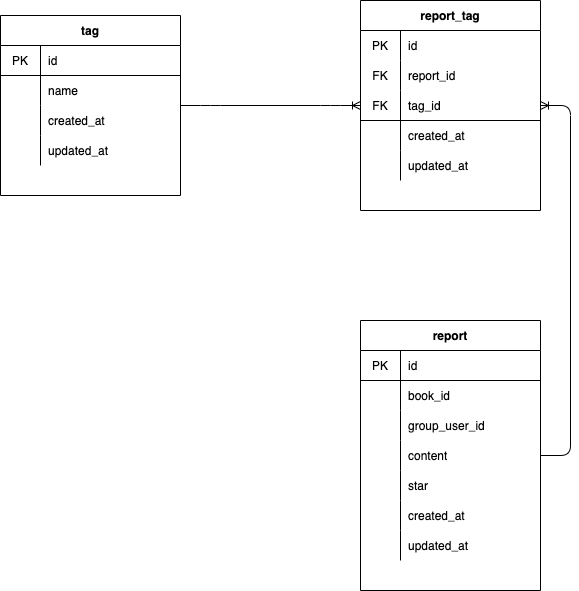
This is document/db/report.drawio.png from Reimei1213/ShareReport, a draw.io export, as it was before one commit. Source tidied: cells renumbered, new cells last; positions are measured from the earlier drawing's top-left corner, leaving out a move shared by most shapes.
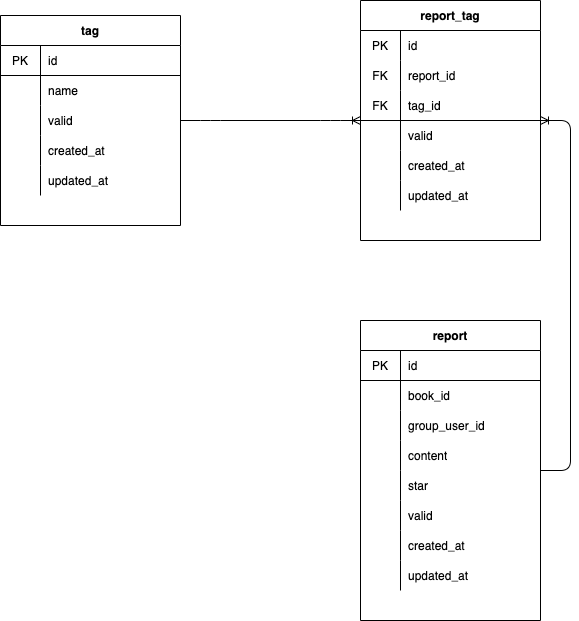
The same diagram one commit later.

What changed in the source:
```diff
@@ -3,7 +3,7 @@
     <mxCell id="0" />
     <mxCell id="1" parent="0" />
     <mxCell id="2" value="report" style="shape=table;startSize=30;rowLines=0;fontStyle=1;align=center;" parent="1" vertex="1">
-      <mxGeometry x="360" y="320" width="180" height="270" as="geometry" />
+      <mxGeometry x="360" y="320" width="180" height="300" as="geometry" />
     </mxCell>
     <mxCell id="3" style="shape=partialRectangle;html=1;whiteSpace=wrap;fillColor=none;top=0;left=0;bottom=1;right=0;strokeColor=default;" parent="2" vertex="1">
       <mxGeometry y="30" width="180" height="30" as="geometry" />
@@ -50,8 +50,17 @@
     <mxCell id="17" value="star" style="shape=partialRectangle;html=1;whiteSpace=wrap;fillColor=none;top=0;left=0;bottom=0;right=0;align=left;spacingLeft=6;overflow=hidden;" parent="15" vertex="1">
       <mxGeometry x="40" width="140" height="30" as="geometry" />
     </mxCell>
+    <mxCell id="55" style="shape=partialRectangle;html=1;whiteSpace=wrap;fillColor=none;top=0;left=0;bottom=0;right=0;" parent="2" vertex="1">
+      <mxGeometry y="180" width="180" height="30" as="geometry" />
+    </mxCell>
+    <mxCell id="56" style="shape=partialRectangle;html=1;whiteSpace=wrap;fillColor=none;top=0;left=0;bottom=0;right=0;overflow=hidden;" parent="55" vertex="1">
+      <mxGeometry width="40" height="30" as="geometry" />
+    </mxCell>
+    <mxCell id="57" value="valid" style="shape=partialRectangle;html=1;whiteSpace=wrap;fillColor=none;top=0;left=0;bottom=0;right=0;align=left;spacingLeft=6;overflow=hidden;" parent="55" vertex="1">
+      <mxGeometry x="40" width="140" height="30" as="geometry" />
+    </mxCell>
     <mxCell id="18" style="shape=partialRectangle;html=1;whiteSpace=wrap;fillColor=none;top=0;left=0;bottom=0;right=0;" parent="2" vertex="1">
-      <mxGeometry y="180" width="180" height="30" as="geometry" />
+      <mxGeometry y="210" width="180" height="30" as="geometry" />
     </mxCell>
     <mxCell id="19" style="shape=partialRectangle;html=1;whiteSpace=wrap;fillColor=none;top=0;left=0;bottom=0;right=0;overflow=hidden;" parent="18" vertex="1">
       <mxGeometry width="40" height="30" as="geometry" />
@@ -60,7 +69,7 @@
       <mxGeometry x="40" width="140" height="30" as="geometry" />
     </mxCell>
     <mxCell id="21" style="shape=partialRectangle;html=1;whiteSpace=wrap;fillColor=none;top=0;left=0;bottom=0;right=0;" parent="2" vertex="1">
-      <mxGeometry y="210" width="180" height="30" as="geometry" />
+      <mxGeometry y="240" width="180" height="30" as="geometry" />
     </mxCell>
     <mxCell id="22" style="shape=partialRectangle;html=1;whiteSpace=wrap;fillColor=none;top=0;left=0;bottom=0;right=0;overflow=hidden;" parent="21" vertex="1">
       <mxGeometry width="40" height="30" as="geometry" />
@@ -69,7 +78,7 @@
       <mxGeometry x="40" width="140" height="30" as="geometry" />
     </mxCell>
     <mxCell id="24" value="tag" style="shape=table;startSize=30;rowLines=0;fontStyle=1;align=center;" parent="1" vertex="1">
-      <mxGeometry y="15" width="180" height="180" as="geometry" />
+      <mxGeometry y="15" width="180" height="210" as="geometry" />
     </mxCell>
     <mxCell id="25" style="shape=partialRectangle;html=1;whiteSpace=wrap;fillColor=none;top=0;left=0;bottom=1;right=0;" parent="24" vertex="1">
       <mxGeometry y="30" width="180" height="30" as="geometry" />
@@ -89,8 +98,17 @@
     <mxCell id="30" value="name" style="shape=partialRectangle;html=1;whiteSpace=wrap;fillColor=none;top=0;left=0;bottom=0;right=0;align=left;spacingLeft=6;overflow=hidden;" parent="28" vertex="1">
       <mxGeometry x="40" width="140" height="30" as="geometry" />
     </mxCell>
+    <mxCell id="58" style="shape=partialRectangle;html=1;whiteSpace=wrap;fillColor=none;top=0;left=0;bottom=0;right=0;" parent="24" vertex="1">
+      <mxGeometry y="90" width="180" height="30" as="geometry" />
+    </mxCell>
+    <mxCell id="59" style="shape=partialRectangle;html=1;whiteSpace=wrap;fillColor=none;top=0;left=0;bottom=0;right=0;overflow=hidden;" parent="58" vertex="1">
+      <mxGeometry width="40" height="30" as="geometry" />
+    </mxCell>
+    <mxCell id="60" value="valid" style="shape=partialRectangle;html=1;whiteSpace=wrap;fillColor=none;top=0;left=0;bottom=0;right=0;align=left;spacingLeft=6;overflow=hidden;" parent="58" vertex="1">
+      <mxGeometry x="40" width="140" height="30" as="geometry" />
+    </mxCell>
     <mxCell id="31" style="shape=partialRectangle;html=1;whiteSpace=wrap;fillColor=none;top=0;left=0;bottom=0;right=0;" parent="24" vertex="1">
-      <mxGeometry y="90" width="180" height="30" as="geometry" />
+      <mxGeometry y="120" width="180" height="30" as="geometry" />
     </mxCell>
     <mxCell id="32" style="shape=partialRectangle;html=1;whiteSpace=wrap;fillColor=none;top=0;left=0;bottom=0;right=0;overflow=hidden;" parent="31" vertex="1">
       <mxGeometry width="40" height="30" as="geometry" />
@@ -99,7 +117,7 @@
       <mxGeometry x="40" width="140" height="30" as="geometry" />
     </mxCell>
     <mxCell id="34" style="shape=partialRectangle;html=1;whiteSpace=wrap;fillColor=none;top=0;left=0;bottom=0;right=0;" parent="24" vertex="1">
-      <mxGeometry y="120" width="180" height="30" as="geometry" />
+      <mxGeometry y="150" width="180" height="30" as="geometry" />
     </mxCell>
     <mxCell id="35" style="shape=partialRectangle;html=1;whiteSpace=wrap;fillColor=none;top=0;left=0;bottom=0;right=0;overflow=hidden;" parent="34" vertex="1">
       <mxGeometry width="40" height="30" as="geometry" />
@@ -108,7 +126,7 @@
       <mxGeometry x="40" width="140" height="30" as="geometry" />
     </mxCell>
     <mxCell id="37" value="report_tag" style="shape=table;startSize=30;rowLines=0;fontStyle=1;align=center;" parent="1" vertex="1">
-      <mxGeometry x="360" width="180" height="210" as="geometry" />
+      <mxGeometry x="360" width="180" height="240" as="geometry" />
     </mxCell>
     <mxCell id="38" style="shape=partialRectangle;html=1;whiteSpace=wrap;fillColor=none;top=0;left=0;bottom=1;right=0;strokeColor=none;" parent="37" vertex="1">
       <mxGeometry y="30" width="180" height="30" as="geometry" />
@@ -137,8 +155,17 @@
     <mxCell id="46" value="tag_id" style="shape=partialRectangle;html=1;whiteSpace=wrap;fillColor=none;top=0;left=0;bottom=0;right=0;align=left;spacingLeft=6;overflow=hidden;strokeColor=none;" parent="44" vertex="1">
       <mxGeometry x="40" width="140" height="30" as="geometry" />
     </mxCell>
+    <mxCell id="61" style="shape=partialRectangle;html=1;whiteSpace=wrap;fillColor=none;top=0;left=0;bottom=0;right=0;" parent="37" vertex="1">
+      <mxGeometry y="120" width="180" height="30" as="geometry" />
+    </mxCell>
+    <mxCell id="62" style="shape=partialRectangle;html=1;whiteSpace=wrap;fillColor=none;top=0;left=0;bottom=0;right=0;overflow=hidden;" parent="61" vertex="1">
+      <mxGeometry width="40" height="30" as="geometry" />
+    </mxCell>
+    <mxCell id="63" value="valid" style="shape=partialRectangle;html=1;whiteSpace=wrap;fillColor=none;top=0;left=0;bottom=0;right=0;align=left;spacingLeft=6;overflow=hidden;" parent="61" vertex="1">
+      <mxGeometry x="40" width="140" height="30" as="geometry" />
+    </mxCell>
     <mxCell id="47" style="shape=partialRectangle;html=1;whiteSpace=wrap;fillColor=none;top=0;left=0;bottom=0;right=0;" parent="37" vertex="1">
-      <mxGeometry y="120" width="180" height="30" as="geometry" />
+      <mxGeometry y="150" width="180" height="30" as="geometry" />
     </mxCell>
     <mxCell id="48" style="shape=partialRectangle;html=1;whiteSpace=wrap;fillColor=none;top=0;left=0;bottom=0;right=0;overflow=hidden;" parent="47" vertex="1">
       <mxGeometry width="40" height="30" as="geometry" />
@@ -147,7 +174,7 @@
       <mxGeometry x="40" width="140" height="30" as="geometry" />
     </mxCell>
     <mxCell id="50" style="shape=partialRectangle;html=1;whiteSpace=wrap;fillColor=none;top=0;left=0;bottom=0;right=0;" parent="37" vertex="1">
-      <mxGeometry y="150" width="180" height="30" as="geometry" />
+      <mxGeometry y="180" width="180" height="30" as="geometry" />
     </mxCell>
     <mxCell id="51" style="shape=partialRectangle;html=1;whiteSpace=wrap;fillColor=none;top=0;left=0;bottom=0;right=0;overflow=hidden;" parent="50" vertex="1">
       <mxGeometry width="40" height="30" as="geometry" />
```
